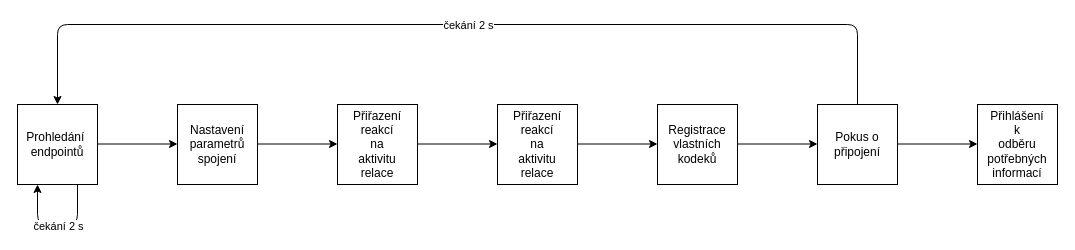
This is CreationOfConnection.drawio from bzumik1/UML, a draw.io file, before an edit. Source tidied: cells renumbered, new cells numbered last; positions are measured from the earlier drawing's top-left corner, leaving out a move shared by most shapes. Both pictures are drawn from the tidied source at 100%, with x=0, y=0 at pixel (17, 24).
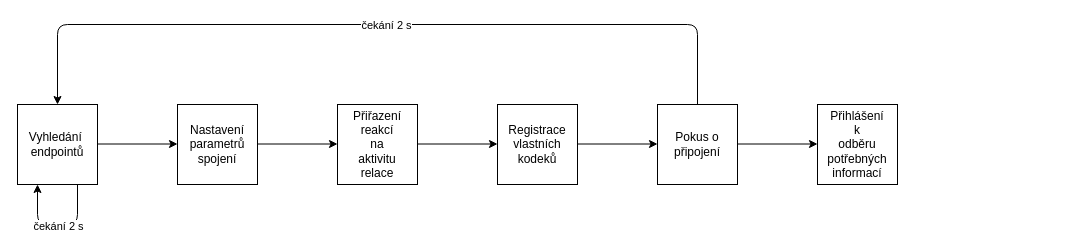
The same diagram, later.

Change to the diagram source:
```diff
@@
-    <mxCell id="2" value="Prohledání&amp;nbsp;&lt;br&gt;endpointů" style="rounded=0;whiteSpace=wrap;html=1;" parent="1" vertex="1">
+    <mxCell id="2" value="Vyhledání&amp;nbsp;&lt;br&gt;endpointů" style="rounded=0;whiteSpace=wrap;html=1;" parent="1" vertex="1">
       <mxGeometry y="80" width="80" height="80" as="geometry" />
     </mxCell>
@@
-    <mxCell id="5" value="Přiřazení&lt;br&gt;reakcí&lt;br&gt;na&lt;br&gt;aktivitu&lt;br&gt;relace" style="rounded=0;whiteSpace=wrap;html=1;" parent="1" vertex="1">
-      <mxGeometry x="480" y="80" width="80" height="80" as="geometry" />
-    </mxCell>
     <mxCell id="6" value="Registrace&lt;br&gt;vlastních&lt;br&gt;kodeků" style="rounded=0;whiteSpace=wrap;html=1;" parent="1" vertex="1">
-      <mxGeometry x="640" y="80" width="80" height="80" as="geometry" />
+      <mxGeometry x="480" y="80" width="80" height="80" as="geometry" />
     </mxCell>
     <mxCell id="7" value="Pokus o připojení" style="rounded=0;whiteSpace=wrap;html=1;" parent="1" vertex="1">
-      <mxGeometry x="800" y="80" width="80" height="80" as="geometry" />
+      <mxGeometry x="640" y="80" width="80" height="80" as="geometry" />
     </mxCell>
     <mxCell id="8" value="Přihlášení&lt;br&gt;k&lt;br&gt;odběru&lt;br&gt;potřebných&lt;br&gt;informací" style="rounded=0;whiteSpace=wrap;html=1;" parent="1" vertex="1">
-      <mxGeometry x="960" y="80" width="80" height="80" as="geometry" />
+      <mxGeometry x="800" y="80" width="80" height="80" as="geometry" />
     </mxCell>
@@
-    <mxCell id="11" style="endArrow=classic;html=1;" parent="1" edge="1">
-      <mxGeometry relative="1" as="geometry">
-        <mxPoint x="400" y="119.5" as="sourcePoint" />
-        <mxPoint x="480" y="119.5" as="targetPoint" />
-      </mxGeometry>
-    </mxCell>
     <mxCell id="12" style="endArrow=classic;html=1;" parent="1" edge="1">
       <mxGeometry relative="1" as="geometry">
-        <mxPoint x="560" y="119.5" as="sourcePoint" />
-        <mxPoint x="640" y="119.5" as="targetPoint" />
+        <mxPoint x="400" y="119.5" as="sourcePoint" />
+        <mxPoint x="480" y="119.5" as="targetPoint" />
       </mxGeometry>
     </mxCell>
     <mxCell id="13" style="endArrow=classic;html=1;" parent="1" edge="1">
       <mxGeometry relative="1" as="geometry">
-        <mxPoint x="720" y="119.5" as="sourcePoint" />
-        <mxPoint x="800" y="119.5" as="targetPoint" />
+        <mxPoint x="560" y="119.5" as="sourcePoint" />
+        <mxPoint x="640" y="119.5" as="targetPoint" />
       </mxGeometry>
     </mxCell>
     <mxCell id="14" style="endArrow=classic;html=1;" parent="1" edge="1">
       <mxGeometry relative="1" as="geometry">
-        <mxPoint x="880" y="119.5" as="sourcePoint" />
-        <mxPoint x="960" y="119.5" as="targetPoint" />
+        <mxPoint x="720" y="119.5" as="sourcePoint" />
+        <mxPoint x="800" y="119.5" as="targetPoint" />
       </mxGeometry>
     </mxCell>
     <mxCell id="15" style="endArrow=classic;html=1;exitX=0.5;exitY=0;exitDx=0;exitDy=0;entryX=0.5;entryY=0;entryDx=0;entryDy=0;" parent="1" edge="1" source="7" target="2">
       <mxGeometry relative="1" as="geometry">
         <Array as="points">
-          <mxPoint x="840" />
+          <mxPoint x="680" />
           <mxPoint x="40" />
         </Array>
       </mxGeometry>
     </mxCell>
```
